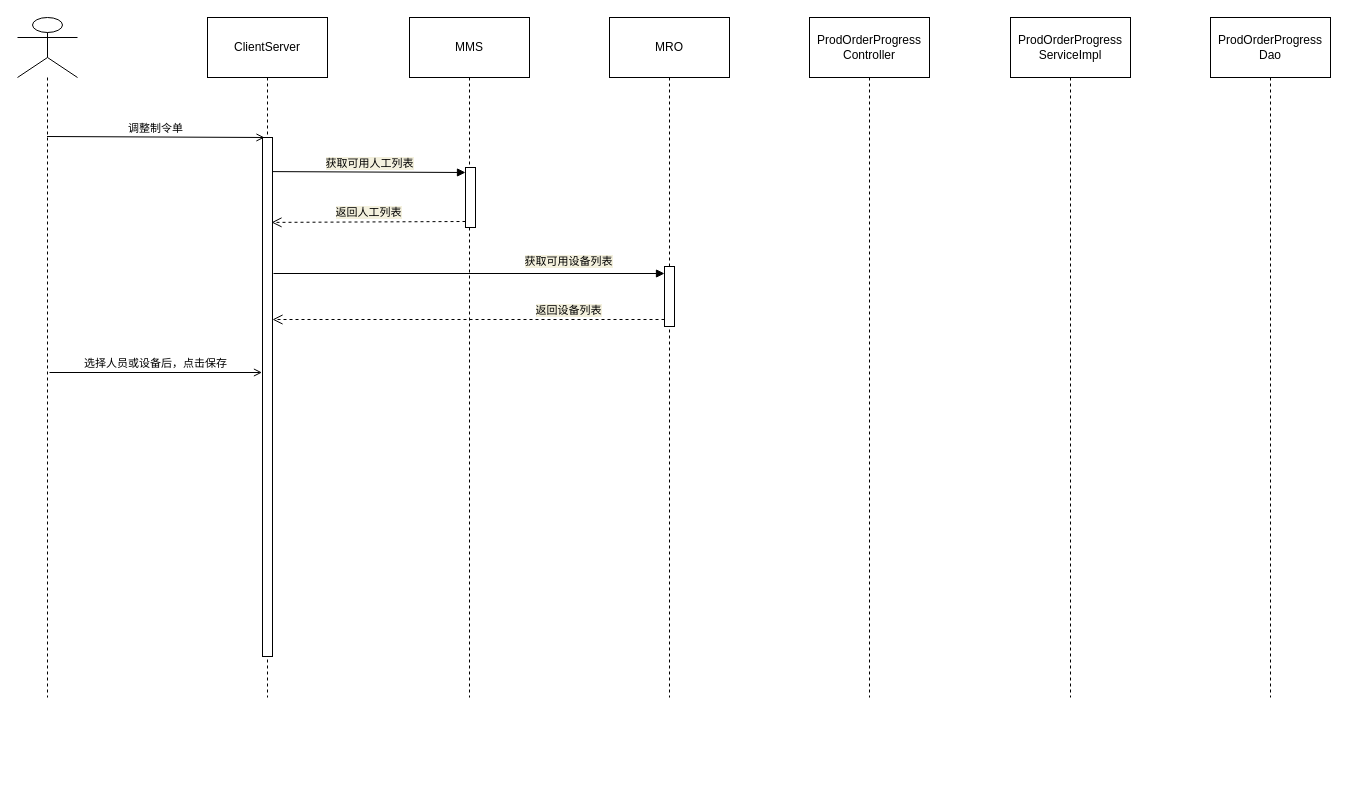
Before: page "第 3 页" (3 of 3) of 时序图.drawio in KNAI-I/test, a draw.io diagram. Source tidied: cells renumbered, new cells numbered last; positions are measured from the earlier drawing's top-left corner, leaving out a move shared by most shapes. Both pictures are drawn from the tidied source at 100%, with x=0, y=0 at pixel (17, 17).
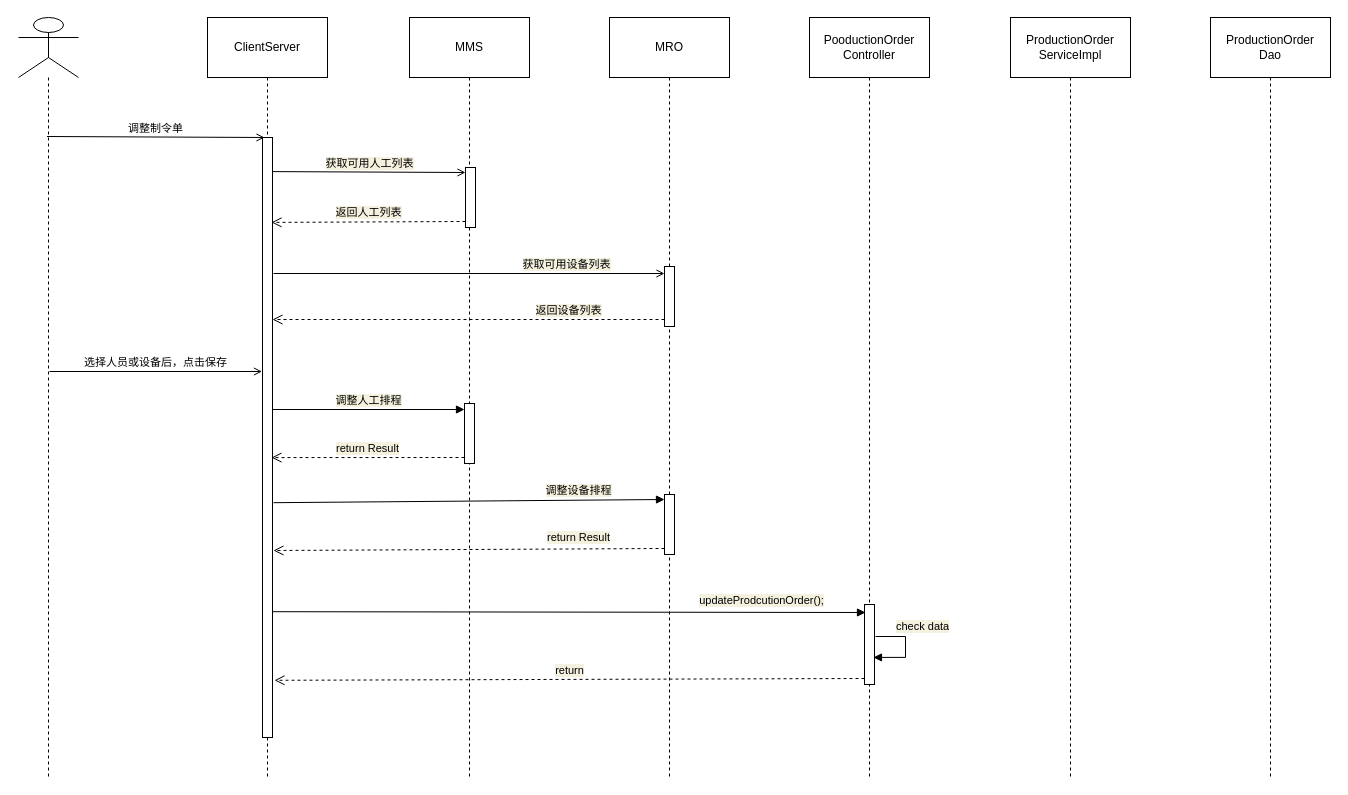
The same page after the edit.

What changed in the source:
```diff
@@
     <mxCell id="2" style="shape=umlLifeline;participant=umlActor;perimeter=lifelinePerimeter;whiteSpace=wrap;html=1;verticalAlign=top;spacingTop=36;size=60;" parent="1" vertex="1">
-      <mxGeometry width="60" height="680" as="geometry" />
+      <mxGeometry x="1" width="60" height="760" as="geometry" />
     </mxCell>
     <mxCell id="3" value="ClientServer" style="shape=umlLifeline;perimeter=lifelinePerimeter;whiteSpace=wrap;html=1;size=60;" parent="1" vertex="1">
-      <mxGeometry x="190" width="120" height="680" as="geometry" />
+      <mxGeometry x="190" width="120" height="760" as="geometry" />
     </mxCell>
     <mxCell id="4" style="html=1;perimeter=orthogonalPerimeter;" parent="3" vertex="1">
-      <mxGeometry x="55" y="120" width="10" height="519" as="geometry" />
+      <mxGeometry x="55" y="120" width="10" height="600" as="geometry" />
     </mxCell>
-    <mxCell id="5" value="ProdOrderProgress&lt;br&gt;ServiceImpl" style="shape=umlLifeline;perimeter=lifelinePerimeter;whiteSpace=wrap;html=1;size=60;" parent="1" vertex="1">
-      <mxGeometry x="993" width="120" height="680" as="geometry" />
+    <mxCell id="5" value="ProductionOrder&lt;br&gt;ServiceImpl" style="shape=umlLifeline;perimeter=lifelinePerimeter;whiteSpace=wrap;html=1;size=60;" parent="1" vertex="1">
+      <mxGeometry x="993" width="120" height="760" as="geometry" />
     </mxCell>
-    <mxCell id="6" value="ProdOrderProgress&lt;br&gt;Controller" style="shape=umlLifeline;perimeter=lifelinePerimeter;whiteSpace=wrap;html=1;outlineConnect=0;size=60;" parent="1" vertex="1">
-      <mxGeometry x="792" width="120" height="680" as="geometry" />
+    <mxCell id="6" value="PooductionOrder&lt;br&gt;Controller" style="shape=umlLifeline;perimeter=lifelinePerimeter;whiteSpace=wrap;html=1;outlineConnect=0;size=60;" parent="1" vertex="1">
+      <mxGeometry x="792" width="120" height="760" as="geometry" />
     </mxCell>
+    <mxCell id="18" style="html=1;perimeter=orthogonalPerimeter;" parent="6" vertex="1">
+      <mxGeometry x="55" y="587" width="10" height="80" as="geometry" />
+    </mxCell>
+    <mxCell id="19" value="check data" style="edgeStyle=orthogonalEdgeStyle;html=1;align=left;spacingLeft=2;endArrow=block;rounded=0;entryX=0.533;entryY=0.842;labelBackgroundColor=#F4F1DE;entryDx=0;entryDy=0;entryPerimeter=0;" parent="6" edge="1" target="6">
+      <mxGeometry x="-0.59" y="10" relative="1" as="geometry">
+        <mxPoint x="66" y="619" as="sourcePoint" />
+        <Array as="points">
+          <mxPoint x="96" y="619" />
+          <mxPoint x="96" y="640" />
+        </Array>
+      </mxGeometry>
+    </mxCell>
@@
-    <mxCell id="8" value="ProdOrderProgress&lt;br&gt;Dao" style="shape=umlLifeline;perimeter=lifelinePerimeter;whiteSpace=wrap;html=1;size=60;" parent="1" vertex="1">
-      <mxGeometry x="1193" width="120" height="680" as="geometry" />
+    <mxCell id="8" value="ProductionOrder&lt;br&gt;Dao" style="shape=umlLifeline;perimeter=lifelinePerimeter;whiteSpace=wrap;html=1;size=60;" parent="1" vertex="1">
+      <mxGeometry x="1193" width="120" height="760" as="geometry" />
     </mxCell>
     <mxCell id="9" value="MMS" style="shape=umlLifeline;perimeter=lifelinePerimeter;whiteSpace=wrap;html=1;size=60;" parent="1" vertex="1">
-      <mxGeometry x="392" width="120" height="680" as="geometry" />
+      <mxGeometry x="392" width="120" height="760" as="geometry" />
     </mxCell>
@@
+    <mxCell id="20" style="html=1;perimeter=orthogonalPerimeter;" parent="9" vertex="1">
+      <mxGeometry x="55" y="386" width="10" height="60" as="geometry" />
+    </mxCell>
     <mxCell id="11" value="MRO" style="shape=umlLifeline;perimeter=lifelinePerimeter;whiteSpace=wrap;html=1;size=60;" parent="1" vertex="1">
-      <mxGeometry x="592" width="120" height="680" as="geometry" />
+      <mxGeometry x="592" width="120" height="760" as="geometry" />
     </mxCell>
@@
+    <mxCell id="21" style="html=1;perimeter=orthogonalPerimeter;" parent="11" vertex="1">
+      <mxGeometry x="55" y="477" width="10" height="60" as="geometry" />
+    </mxCell>
-    <mxCell id="13" value="获取可用人工列表" style="html=1;verticalAlign=bottom;endArrow=block;entryX=0;entryY=0;rounded=0;labelBackgroundColor=#F4F1DE;exitX=1;exitY=0.056;exitDx=0;exitDy=0;exitPerimeter=0;" parent="1" edge="1">
+    <mxCell id="13" value="获取可用人工列表" style="html=1;verticalAlign=bottom;endArrow=open;entryX=0;entryY=0;rounded=0;labelBackgroundColor=#F4F1DE;exitX=1;exitY=0.056;exitDx=0;exitDy=0;exitPerimeter=0;endFill=0;" parent="1" edge="1">
       <mxGeometry relative="1" as="geometry">
         <mxPoint x="255" y="154.1" as="sourcePoint" />
         <mxPoint x="448" y="155" as="targetPoint" />
       </mxGeometry>
     </mxCell>
@@
-    <mxCell id="15" value="获取可用设备列表" style="html=1;verticalAlign=bottom;endArrow=block;entryX=0;entryY=0;rounded=0;labelBackgroundColor=#F4F1DE;" parent="1" edge="1">
-      <mxGeometry x="0.51" y="3" relative="1" as="geometry">
+    <mxCell id="15" value="获取可用设备列表" style="html=1;verticalAlign=bottom;endArrow=open;entryX=0;entryY=0;rounded=0;labelBackgroundColor=#F4F1DE;endFill=0;" parent="1" edge="1">
+      <mxGeometry x="0.5" relative="1" as="geometry">
         <mxPoint x="256" y="256" as="sourcePoint" />
         <mxPoint x="647" y="256" as="targetPoint" />
       </mxGeometry>
     </mxCell>
@@
     <mxCell id="17" value="选择人员或设备后，点击保存" style="html=1;verticalAlign=bottom;endArrow=open;rounded=0;entryX=0.2;entryY=0.002;entryDx=0;entryDy=0;entryPerimeter=0;endFill=0;" parent="1" edge="1">
       <mxGeometry relative="1" as="geometry">
-        <mxPoint x="32" y="355" as="sourcePoint" />
-        <mxPoint x="244.5" y="355" as="targetPoint" />
+        <mxPoint x="32" y="354" as="sourcePoint" />
+        <mxPoint x="244.5" y="354" as="targetPoint" />
       </mxGeometry>
     </mxCell>
+    <mxCell id="22" value="return Result" style="html=1;verticalAlign=bottom;endArrow=open;dashed=1;endSize=8;exitX=0;exitY=0.95;rounded=0;labelBackgroundColor=#F4F1DE;entryX=0.9;entryY=0.582;entryDx=0;entryDy=0;entryPerimeter=0;" parent="1" edge="1">
+      <mxGeometry relative="1" as="geometry">
+        <mxPoint x="447" y="440" as="sourcePoint" />
+        <mxPoint x="254" y="440.1" as="targetPoint" />
+      </mxGeometry>
+    </mxCell>
+    <mxCell id="23" value="调整人工排程" style="html=1;verticalAlign=bottom;endArrow=block;entryX=0;entryY=0;rounded=0;labelBackgroundColor=#F4F1DE;" parent="1" edge="1">
+      <mxGeometry relative="1" as="geometry">
+        <mxPoint x="255" y="392" as="sourcePoint" />
+        <mxPoint x="447" y="392" as="targetPoint" />
+      </mxGeometry>
+    </mxCell>
+    <mxCell id="24" value="调整设备排程" style="html=1;verticalAlign=bottom;endArrow=block;entryX=0;entryY=0;rounded=0;labelBackgroundColor=#F4F1DE;exitX=1.1;exitY=0.694;exitDx=0;exitDy=0;exitPerimeter=0;" parent="1" edge="1">
+      <mxGeometry x="0.56" y="1" relative="1" as="geometry">
+        <mxPoint x="256" y="485.2" as="sourcePoint" />
+        <mxPoint x="647" y="482" as="targetPoint" />
+      </mxGeometry>
+    </mxCell>
+    <mxCell id="25" value="return Result" style="html=1;verticalAlign=bottom;endArrow=open;dashed=1;endSize=8;exitX=0;exitY=0.95;rounded=0;labelBackgroundColor=#F4F1DE;" parent="1" edge="1">
+      <mxGeometry x="-0.56" y="-2" relative="1" as="geometry">
+        <mxPoint x="647" y="531" as="sourcePoint" />
+        <mxPoint x="256" y="533" as="targetPoint" />
+      </mxGeometry>
+    </mxCell>
+    <mxCell id="26" value="updateProdcutionOrder();" style="html=1;verticalAlign=bottom;endArrow=block;entryX=0;entryY=0;rounded=0;labelBackgroundColor=#F4F1DE;exitX=0.9;exitY=0.777;exitDx=0;exitDy=0;exitPerimeter=0;" parent="1" edge="1">
+      <mxGeometry x="0.65" y="3" relative="1" as="geometry">
+        <mxPoint x="255" y="594.2" as="sourcePoint" />
+        <mxPoint x="848" y="595" as="targetPoint" />
+      </mxGeometry>
+    </mxCell>
+    <mxCell id="27" value="return" style="html=1;verticalAlign=bottom;endArrow=open;dashed=1;endSize=8;exitX=0;exitY=0.95;rounded=0;labelBackgroundColor=#F4F1DE;entryX=1.2;entryY=0.908;entryDx=0;entryDy=0;entryPerimeter=0;" parent="1" edge="1">
+      <mxGeometry relative="1" as="geometry">
+        <mxPoint x="847" y="661" as="sourcePoint" />
+        <mxPoint x="257" y="662.8" as="targetPoint" />
+      </mxGeometry>
+    </mxCell>
```
